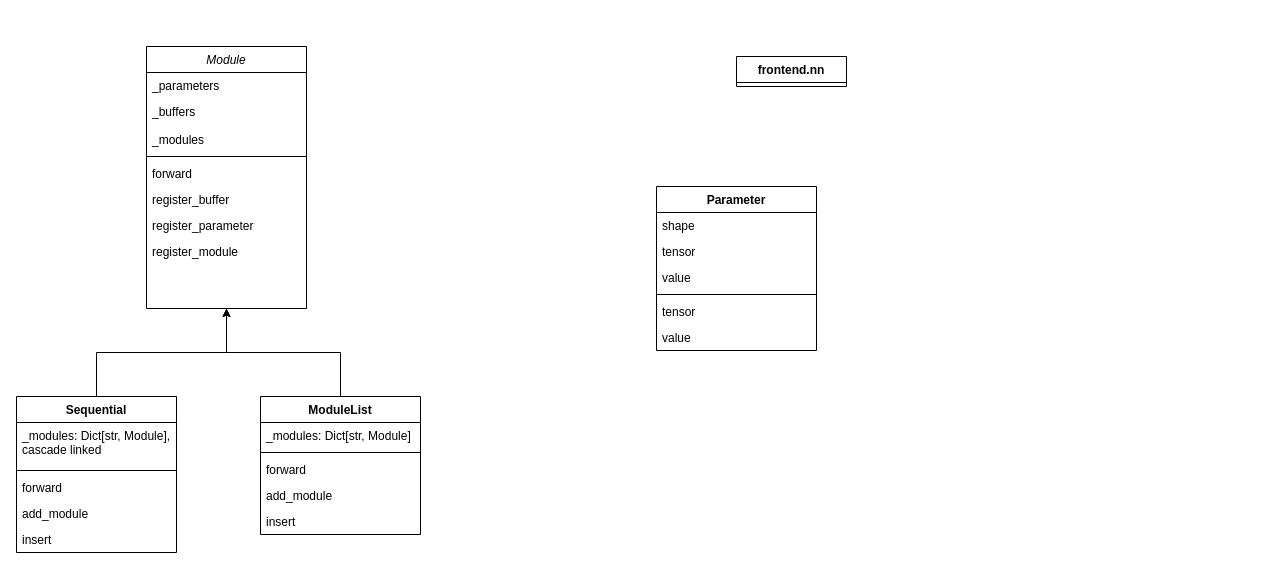
Before: page "learn ait code" (1 of 2) of ait code learn.drawio in shaojiewang/ait_learn, a draw.io diagram. Source tidied: cells renumbered, new cells numbered last; positions are measured from the earlier drawing's top-left corner, leaving out a move shared by most shapes. Both pictures are drawn from the tidied source at 100%, with x=0, y=0 at pixel (16, 46).
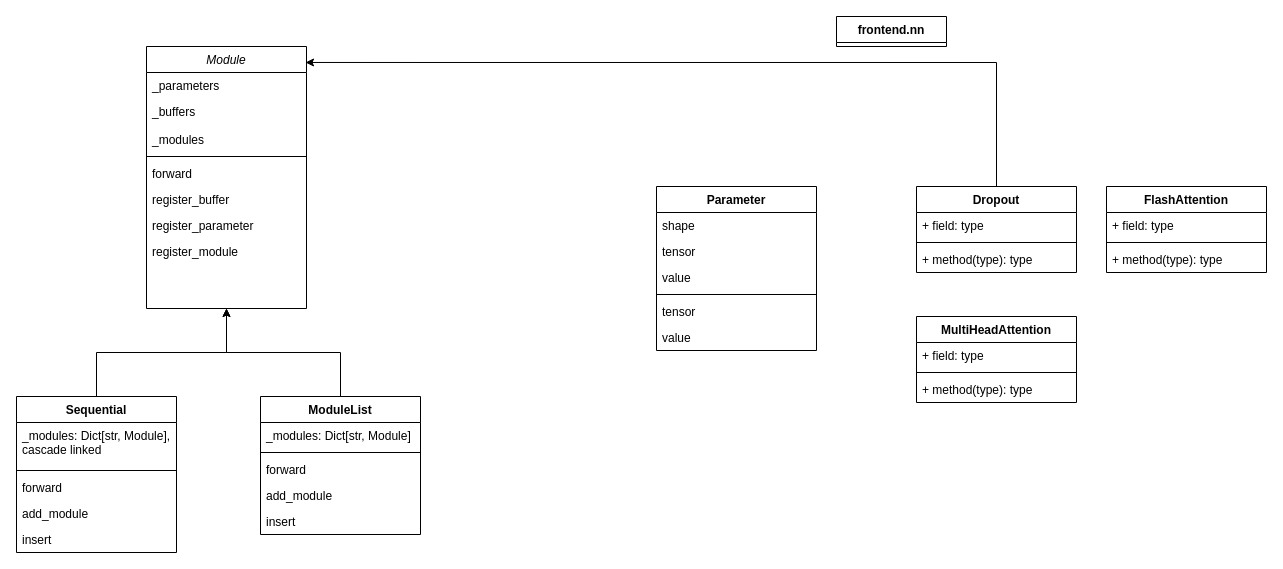
The same diagram, later.

The change refers to these unchanged cells:
```xml
<mxCell id="2" value="Module" style="swimlane;fontStyle=2;align=center;verticalAlign=top;horizontal=1;startSize=26;rounded=0;shadow=0;strokeWidth=1;" parent="1" vertex="1">
  <mxGeometry x="130" width="160" height="262" as="geometry" />
</mxCell>
```

What changed in the source:
```diff
@@
     <mxCell id="25" value="frontend.nn" style="swimlane;fontStyle=1;align=center;verticalAlign=top;horizontal=1;startSize=26;" parent="1" vertex="1" collapsed="1">
-      <mxGeometry x="720" y="10" width="110" height="30" as="geometry" />
+      <mxGeometry x="820" y="-30" width="110" height="30" as="geometry" />
     </mxCell>
@@
+    <mxCell id="33" style="edgeStyle=orthogonalEdgeStyle;rounded=0;jettySize=auto;html=1;exitX=0.5;exitY=0;exitDx=0;exitDy=0;entryX=0.994;entryY=0.061;entryDx=0;entryDy=0;entryPerimeter=0;" parent="1" edge="1" source="34" target="2">
+      <mxGeometry relative="1" as="geometry" />
+    </mxCell>
+    <mxCell id="34" value="Dropout" style="swimlane;fontStyle=1;align=center;verticalAlign=top;horizontal=1;startSize=26;" parent="1" vertex="1">
+      <mxGeometry x="900" y="140" width="160" height="86" as="geometry" />
+    </mxCell>
+    <mxCell id="35" value="+ field: type" style="text;strokeColor=none;fillColor=none;align=left;verticalAlign=top;spacingLeft=4;spacingRight=4;overflow=hidden;" parent="34" vertex="1">
+      <mxGeometry y="26" width="160" height="26" as="geometry" />
+    </mxCell>
+    <mxCell id="36" style="line;strokeWidth=1;fillColor=none;align=left;verticalAlign=middle;spacingTop=-1;spacingLeft=3;spacingRight=3;labelPosition=right;strokeColor=inherit;" parent="34" vertex="1">
+      <mxGeometry y="52" width="160" height="8" as="geometry" />
+    </mxCell>
+    <mxCell id="37" value="+ method(type): type" style="text;strokeColor=none;fillColor=none;align=left;verticalAlign=top;spacingLeft=4;spacingRight=4;overflow=hidden;" parent="34" vertex="1">
+      <mxGeometry y="60" width="160" height="26" as="geometry" />
+    </mxCell>
+    <mxCell id="38" value="FlashAttention" style="swimlane;fontStyle=1;align=center;verticalAlign=top;horizontal=1;startSize=26;" parent="1" vertex="1">
+      <mxGeometry x="1090" y="140" width="160" height="86" as="geometry" />
+    </mxCell>
+    <mxCell id="39" value="+ field: type" style="text;strokeColor=none;fillColor=none;align=left;verticalAlign=top;spacingLeft=4;spacingRight=4;overflow=hidden;" parent="38" vertex="1">
+      <mxGeometry y="26" width="160" height="26" as="geometry" />
+    </mxCell>
+    <mxCell id="40" style="line;strokeWidth=1;fillColor=none;align=left;verticalAlign=middle;spacingTop=-1;spacingLeft=3;spacingRight=3;labelPosition=right;strokeColor=inherit;" parent="38" vertex="1">
+      <mxGeometry y="52" width="160" height="8" as="geometry" />
+    </mxCell>
+    <mxCell id="41" value="+ method(type): type" style="text;strokeColor=none;fillColor=none;align=left;verticalAlign=top;spacingLeft=4;spacingRight=4;overflow=hidden;" parent="38" vertex="1">
+      <mxGeometry y="60" width="160" height="26" as="geometry" />
+    </mxCell>
+    <mxCell id="42" value="MultiHeadAttention" style="swimlane;fontStyle=1;align=center;verticalAlign=top;horizontal=1;startSize=26;" parent="1" vertex="1">
+      <mxGeometry x="900" y="270" width="160" height="86" as="geometry" />
+    </mxCell>
+    <mxCell id="43" value="+ field: type" style="text;strokeColor=none;fillColor=none;align=left;verticalAlign=top;spacingLeft=4;spacingRight=4;overflow=hidden;" parent="42" vertex="1">
+      <mxGeometry y="26" width="160" height="26" as="geometry" />
+    </mxCell>
+    <mxCell id="44" style="line;strokeWidth=1;fillColor=none;align=left;verticalAlign=middle;spacingTop=-1;spacingLeft=3;spacingRight=3;labelPosition=right;strokeColor=inherit;" parent="42" vertex="1">
+      <mxGeometry y="52" width="160" height="8" as="geometry" />
+    </mxCell>
+    <mxCell id="45" value="+ method(type): type" style="text;strokeColor=none;fillColor=none;align=left;verticalAlign=top;spacingLeft=4;spacingRight=4;overflow=hidden;" parent="42" vertex="1">
+      <mxGeometry y="60" width="160" height="26" as="geometry" />
+    </mxCell>
```
